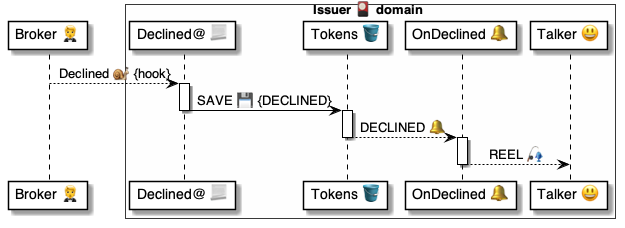
This is 4 ⚙️ Solution/41 🎭 Domain Roles/Issuers 🎴/🎴🪣 Issuer tables/Tokens 🎫 table/🪣🔔 3 Declined/🎴 OnTokenDeclined ⚙️ uml.png from pollyweb-org/pollyweb-docs, a PlantUML export, as it was before one commit. Its source is kept beside it as 4 ⚙️ Solution/41 🎭 Domain Roles/Issuers 🎴/🎴🪣 Issuer tables/Tokens 🎫 table/🪣🔔 3 Declined/🎴 OnTokenDeclined ⚙️ uml.puml. Its diagram source:
```plantuml
@startuml OnTokenDeclined

participant "Broker 🤵" as broker

box Issuer 🎴 domain #FFFFFA
    participant "Declined@ 📃" as script
    participant "Tokens 🪣" as tokens
    participant "OnDeclined 🔔" as handler
    participant "Talker 😃" as talker
end box


broker --> script: Declined 🐌 {hook}

activate script
    script -> tokens: SAVE 💾 {DECLINED}
deactivate script

activate tokens
    tokens --> handler: DECLINED 🔔
deactivate tokens

activate handler
    handler --> talker: REEL 🎣
deactivate handler

@enduml
```
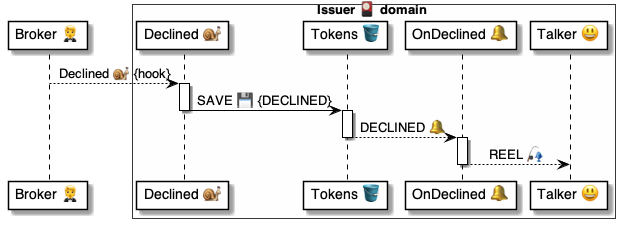
The same diagram one commit later.

Diff of the diagram source:
```diff
@@ -3,7 +3,7 @@
 participant "Broker 🤵" as broker
 
 box Issuer 🎴 domain #FFFFFA
-    participant "Declined@ 📃" as script
+    participant "Declined 🐌" as script
     participant "Tokens 🪣" as tokens
     participant "OnDeclined 🔔" as handler
     participant "Talker 😃" as talker
```
